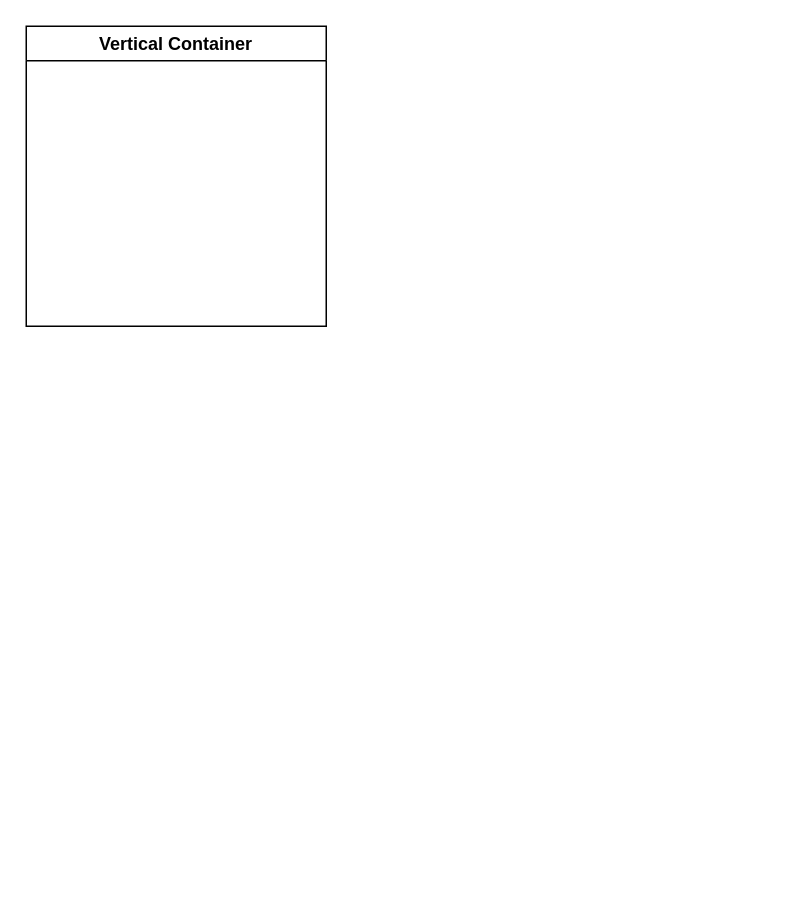
Above: vda-flow/未命名绘图.drawio in crabeye/test (draw.io), before the change. Source tidied: cells renumbered, new cells numbered last; positions are measured from the earlier drawing's top-left corner, leaving out a move shared by most shapes. Both pictures are drawn from the tidied source at 150%, with x=0, y=0 at pixel (26, 26).
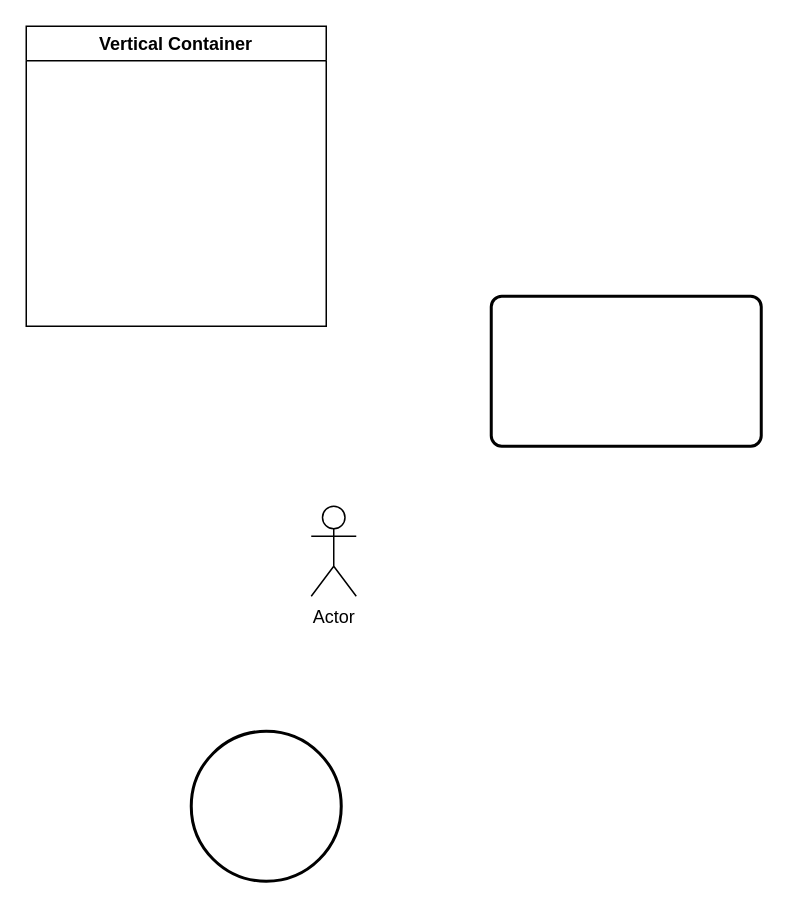
Above is the later version.

Commit message:
我的测试绘图.drawio

Change to the diagram source:
```diff
@@
 <mxGraphModel>
   <root>
     <mxCell id="0" />
     <mxCell id="1" parent="0" />
     <mxCell id="2" value="Vertical Container" style="swimlane;whiteSpace=wrap;html=1;" parent="1" vertex="1">
       <mxGeometry width="200" height="200" as="geometry" />
     </mxCell>
+    <mxCell id="3" value="Actor" style="shape=umlActor;verticalLabelPosition=bottom;verticalAlign=top;html=1;" parent="1" vertex="1">
+      <mxGeometry x="190" y="320" width="30" height="60" as="geometry" />
+    </mxCell>
+    <mxCell id="4" style="strokeWidth=2;html=1;shape=mxgraph.flowchart.start_2;whiteSpace=wrap;" parent="1" vertex="1">
+      <mxGeometry x="110" y="470" width="100" height="100" as="geometry" />
+    </mxCell>
+    <mxCell id="5" style="rounded=1;whiteSpace=wrap;html=1;absoluteArcSize=1;arcSize=14;strokeWidth=2;" parent="1" vertex="1">
+      <mxGeometry x="310" y="180" width="180" height="100" as="geometry" />
+    </mxCell>
   </root>
 </mxGraphModel>
```
